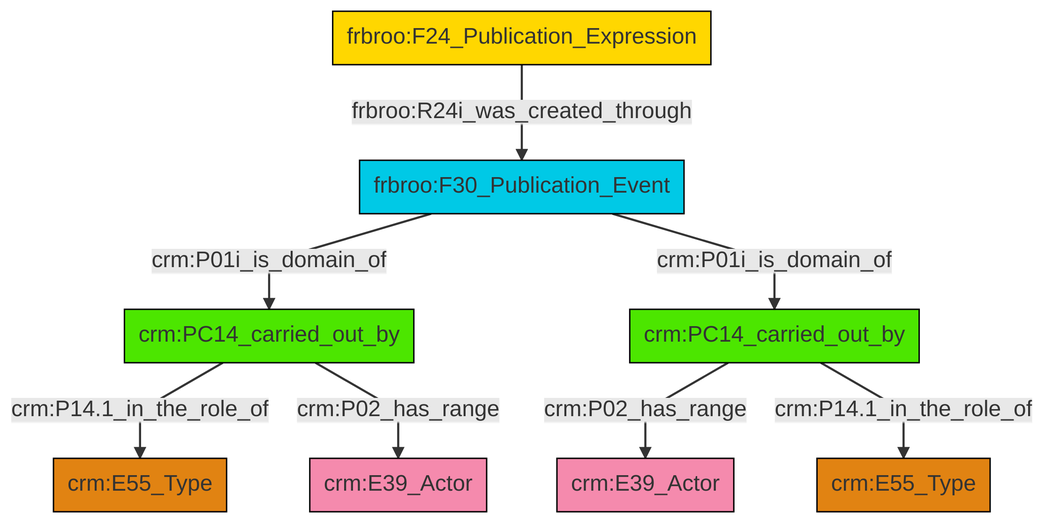
Earlier version of the Mermaid export et/biblioCSV/ttl/mmd/png/biblio_actor_relations.png (swiss-art-research-net/reference-data-models). Its source is kept beside it as et/biblioCSV/ttl/mmd/biblio_actor_relations.ttl.mmd.
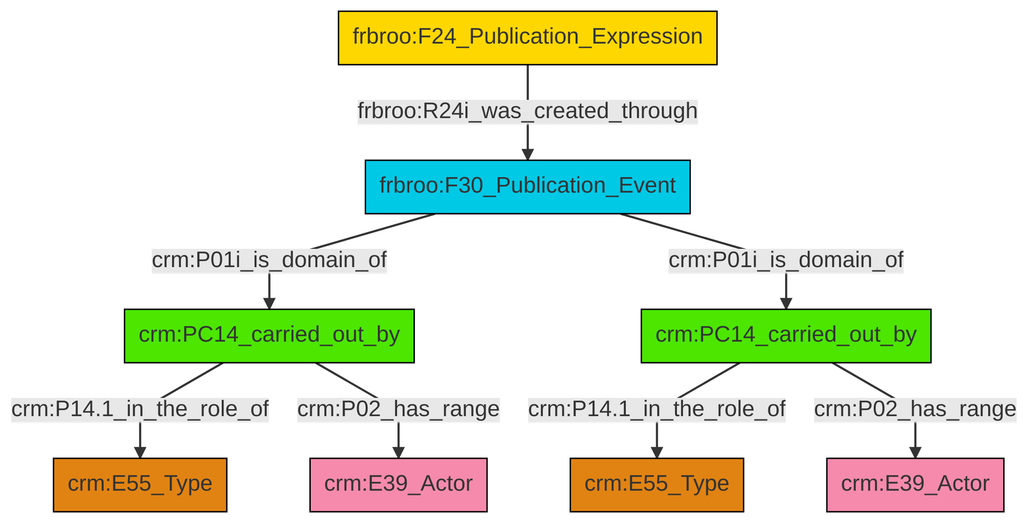
Above is the later version.

Change to the diagram source:
```diff
@@ -13,10 +13,10 @@
 classDef PC_Classes fill:#4ce600, stroke:#000000;
 classDef Multi fill:#cccccc,stroke:#000000;
 
+0["crm:PC14_carried_out_by"]:::PC_Classes -->|crm:P14.1_in_the_role_of| 1["crm:E55_Type"]:::Type
+2["frbroo:F30_Publication_Event"]:::Temporal_Entity -->|crm:P01i_is_domain_of| 0["crm:PC14_carried_out_by"]:::PC_Classes
 2["frbroo:F30_Publication_Event"]:::Temporal_Entity -->|crm:P01i_is_domain_of| 3["crm:PC14_carried_out_by"]:::PC_Classes
-3["crm:PC14_carried_out_by"]:::PC_Classes -->|crm:P14.1_in_the_role_of| 4["crm:E55_Type"]:::Type
-0["frbroo:F24_Publication_Expression"]:::Conceptual_Object -->|frbroo:R24i_was_created_through| 2["frbroo:F30_Publication_Event"]:::Temporal_Entity
-2["frbroo:F30_Publication_Event"]:::Temporal_Entity -->|crm:P01i_is_domain_of| 7["crm:PC14_carried_out_by"]:::PC_Classes
-7["crm:PC14_carried_out_by"]:::PC_Classes -->|crm:P02_has_range| 9["crm:E39_Actor"]:::Actor
-3["crm:PC14_carried_out_by"]:::PC_Classes -->|crm:P02_has_range| 11["crm:E39_Actor"]:::Actor
-7["crm:PC14_carried_out_by"]:::PC_Classes -->|crm:P14.1_in_the_role_of| 12["crm:E55_Type"]:::Type
+3["crm:PC14_carried_out_by"]:::PC_Classes -->|crm:P14.1_in_the_role_of| 6["crm:E55_Type"]:::Type
+3["crm:PC14_carried_out_by"]:::PC_Classes -->|crm:P02_has_range| 10["crm:E39_Actor"]:::Actor
+0["crm:PC14_carried_out_by"]:::PC_Classes -->|crm:P02_has_range| 12["crm:E39_Actor"]:::Actor
+14["frbroo:F24_Publication_Expression"]:::Conceptual_Object -->|frbroo:R24i_was_created_through| 2["frbroo:F30_Publication_Event"]:::Temporal_Entity
```
